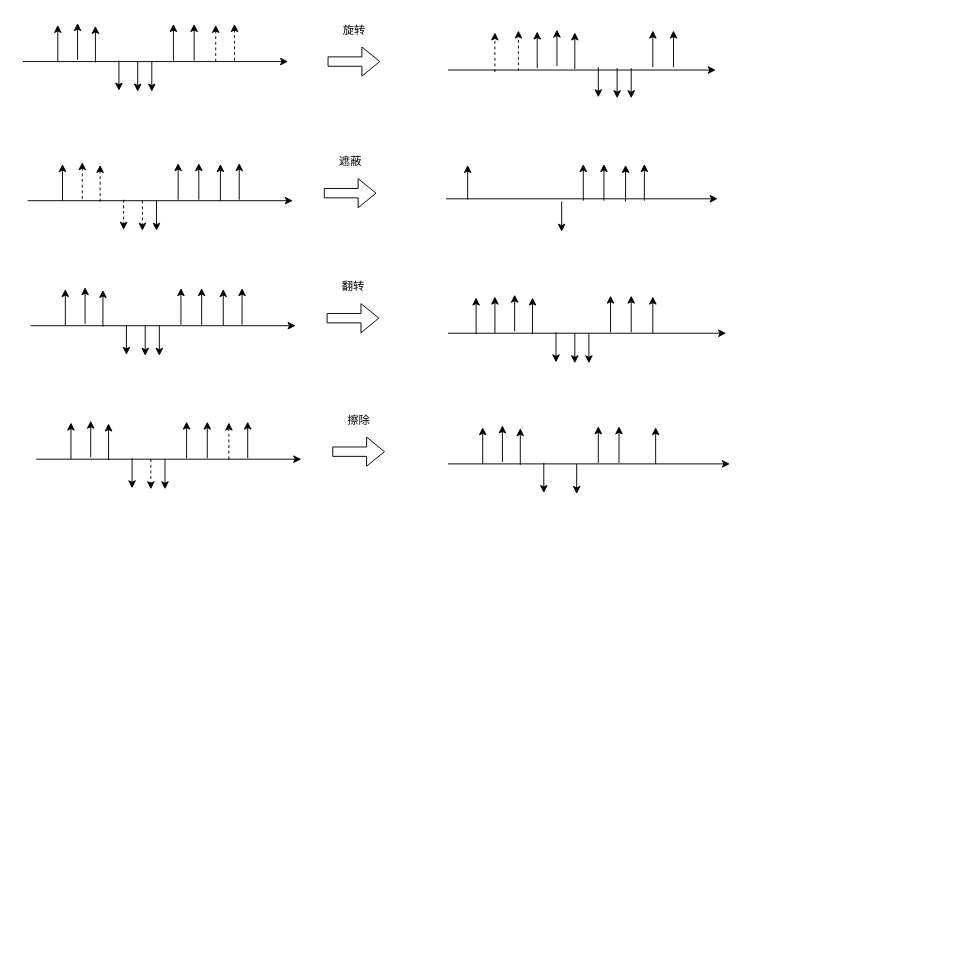
Before: 门禁/数据增强.drawio in lilang0710/ll, a draw.io diagram. Source tidied: cells renumbered, new cells numbered last; positions are measured from the earlier drawing's top-left corner, leaving out a move shared by most shapes. Both pictures are drawn from the tidied source at 94%, with x=0, y=0 at pixel (23, 18).
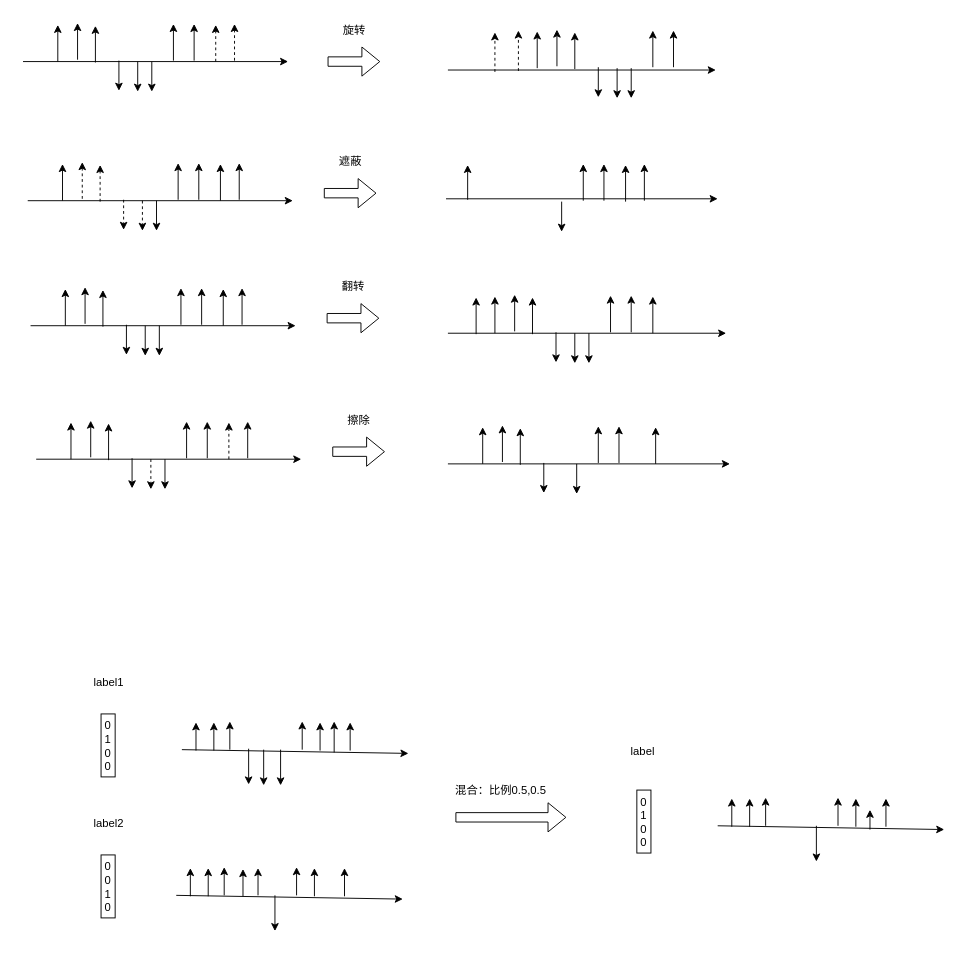
Above is the later version.

Commit message:
更新数据增强.drawio

Change to the diagram source:
```diff
@@
+    <mxCell id="92" value="&lt;div&gt;0&lt;/div&gt;&lt;div&gt;1&lt;/div&gt;&lt;div&gt;0&lt;/div&gt;&lt;div&gt;0&lt;br&gt;&lt;/div&gt;" style="rounded=0;whiteSpace=wrap;html=1;" parent="1" vertex="1">
+      <mxGeometry x="83" y="740" width="15" height="67" as="geometry" />
+    </mxCell>
+    <mxCell id="93" value="label1" style="text;html=1;align=center;verticalAlign=middle;strokeColor=none;fillColor=none;" parent="1" vertex="1">
+      <mxGeometry x="66.5" y="694" width="48" height="26" as="geometry" />
+    </mxCell>
+    <mxCell id="94" value="&lt;div&gt;0&lt;/div&gt;&lt;div&gt;0&lt;br&gt;&lt;/div&gt;&lt;div&gt;1&lt;br&gt;&lt;/div&gt;&lt;div&gt;0&lt;br&gt;&lt;/div&gt;" style="rounded=0;whiteSpace=wrap;html=1;" parent="1" vertex="1">
+      <mxGeometry x="83" y="890" width="15" height="67" as="geometry" />
+    </mxCell>
+    <mxCell id="95" value="label2" style="text;html=1;align=center;verticalAlign=middle;strokeColor=none;fillColor=none;" parent="1" vertex="1">
+      <mxGeometry x="66.5" y="844" width="48" height="26" as="geometry" />
+    </mxCell>
+    <mxCell id="96" style="endArrow=classic;html=1;rounded=0;" parent="1" edge="1">
+      <mxGeometry relative="1" as="geometry">
+        <mxPoint x="169" y="778" as="sourcePoint" />
+        <mxPoint x="410" y="782" as="targetPoint" />
+      </mxGeometry>
+    </mxCell>
+    <mxCell id="97" style="endArrow=classic;html=1;rounded=0;" parent="1" edge="1">
+      <mxGeometry relative="1" as="geometry">
+        <mxPoint x="184" y="779" as="sourcePoint" />
+        <mxPoint x="184" y="749" as="targetPoint" />
+      </mxGeometry>
+    </mxCell>
+    <mxCell id="98" style="endArrow=classic;html=1;rounded=0;" parent="1" edge="1">
+      <mxGeometry relative="1" as="geometry">
+        <mxPoint x="203" y="779" as="sourcePoint" />
+        <mxPoint x="203" y="749" as="targetPoint" />
+      </mxGeometry>
+    </mxCell>
+    <mxCell id="99" style="endArrow=classic;html=1;rounded=0;" parent="1" edge="1">
+      <mxGeometry relative="1" as="geometry">
+        <mxPoint x="220" y="778" as="sourcePoint" />
+        <mxPoint x="220" y="748" as="targetPoint" />
+      </mxGeometry>
+    </mxCell>
+    <mxCell id="100" style="endArrow=classic;html=1;rounded=0;" parent="1" edge="1">
+      <mxGeometry relative="1" as="geometry">
+        <mxPoint x="297" y="778" as="sourcePoint" />
+        <mxPoint x="297" y="748" as="targetPoint" />
+      </mxGeometry>
+    </mxCell>
+    <mxCell id="101" style="endArrow=classic;html=1;rounded=0;" parent="1" edge="1">
+      <mxGeometry relative="1" as="geometry">
+        <mxPoint x="316" y="779" as="sourcePoint" />
+        <mxPoint x="316" y="749" as="targetPoint" />
+      </mxGeometry>
+    </mxCell>
+    <mxCell id="102" style="endArrow=classic;html=1;rounded=0;" parent="1" edge="1">
+      <mxGeometry relative="1" as="geometry">
+        <mxPoint x="331" y="781" as="sourcePoint" />
+        <mxPoint x="331" y="748" as="targetPoint" />
+      </mxGeometry>
+    </mxCell>
+    <mxCell id="103" style="endArrow=classic;html=1;rounded=0;" parent="1" edge="1">
+      <mxGeometry relative="1" as="geometry">
+        <mxPoint x="348" y="779" as="sourcePoint" />
+        <mxPoint x="348" y="749" as="targetPoint" />
+      </mxGeometry>
+    </mxCell>
+    <mxCell id="104" style="endArrow=classic;html=1;rounded=0;" parent="1" edge="1">
+      <mxGeometry relative="1" as="geometry">
+        <mxPoint x="240" y="777" as="sourcePoint" />
+        <mxPoint x="240" y="815" as="targetPoint" />
+      </mxGeometry>
+    </mxCell>
+    <mxCell id="105" style="endArrow=classic;html=1;rounded=0;" parent="1" edge="1">
+      <mxGeometry relative="1" as="geometry">
+        <mxPoint x="256" y="778" as="sourcePoint" />
+        <mxPoint x="256" y="816" as="targetPoint" />
+      </mxGeometry>
+    </mxCell>
+    <mxCell id="106" style="endArrow=classic;html=1;rounded=0;" parent="1" edge="1">
+      <mxGeometry relative="1" as="geometry">
+        <mxPoint x="274" y="778" as="sourcePoint" />
+        <mxPoint x="274" y="816" as="targetPoint" />
+      </mxGeometry>
+    </mxCell>
+    <mxCell id="107" style="endArrow=classic;html=1;rounded=0;" parent="1" edge="1">
+      <mxGeometry relative="1" as="geometry">
+        <mxPoint x="163" y="933" as="sourcePoint" />
+        <mxPoint x="404" y="937" as="targetPoint" />
+      </mxGeometry>
+    </mxCell>
+    <mxCell id="108" style="endArrow=classic;html=1;rounded=0;" parent="1" edge="1">
+      <mxGeometry relative="1" as="geometry">
+        <mxPoint x="178" y="934" as="sourcePoint" />
+        <mxPoint x="178" y="904" as="targetPoint" />
+      </mxGeometry>
+    </mxCell>
+    <mxCell id="109" style="endArrow=classic;html=1;rounded=0;" parent="1" edge="1">
+      <mxGeometry relative="1" as="geometry">
+        <mxPoint x="197" y="934" as="sourcePoint" />
+        <mxPoint x="197" y="904" as="targetPoint" />
+      </mxGeometry>
+    </mxCell>
+    <mxCell id="110" style="endArrow=classic;html=1;rounded=0;" parent="1" edge="1">
+      <mxGeometry relative="1" as="geometry">
+        <mxPoint x="214" y="933" as="sourcePoint" />
+        <mxPoint x="214" y="903" as="targetPoint" />
+      </mxGeometry>
+    </mxCell>
+    <mxCell id="111" style="endArrow=classic;html=1;rounded=0;" parent="1" edge="1">
+      <mxGeometry relative="1" as="geometry">
+        <mxPoint x="291" y="933" as="sourcePoint" />
+        <mxPoint x="291" y="903" as="targetPoint" />
+      </mxGeometry>
+    </mxCell>
+    <mxCell id="112" style="endArrow=classic;html=1;rounded=0;" parent="1" edge="1">
+      <mxGeometry relative="1" as="geometry">
+        <mxPoint x="310" y="934" as="sourcePoint" />
+        <mxPoint x="310" y="904" as="targetPoint" />
+      </mxGeometry>
+    </mxCell>
+    <mxCell id="113" style="endArrow=classic;html=1;rounded=0;" parent="1" edge="1">
+      <mxGeometry relative="1" as="geometry">
+        <mxPoint x="342" y="934" as="sourcePoint" />
+        <mxPoint x="342" y="904" as="targetPoint" />
+      </mxGeometry>
+    </mxCell>
+    <mxCell id="114" style="endArrow=classic;html=1;rounded=0;" parent="1" edge="1">
+      <mxGeometry relative="1" as="geometry">
+        <mxPoint x="234" y="934" as="sourcePoint" />
+        <mxPoint x="234" y="905" as="targetPoint" />
+      </mxGeometry>
+    </mxCell>
+    <mxCell id="115" style="endArrow=classic;html=1;rounded=0;" parent="1" edge="1">
+      <mxGeometry relative="1" as="geometry">
+        <mxPoint x="250" y="933" as="sourcePoint" />
+        <mxPoint x="250" y="904" as="targetPoint" />
+      </mxGeometry>
+    </mxCell>
+    <mxCell id="116" style="endArrow=classic;html=1;rounded=0;" parent="1" edge="1">
+      <mxGeometry relative="1" as="geometry">
+        <mxPoint x="268" y="933" as="sourcePoint" />
+        <mxPoint x="268" y="971" as="targetPoint" />
+      </mxGeometry>
+    </mxCell>
+    <mxCell id="117" style="shape=flexArrow;endArrow=classic;html=1;rounded=0;" parent="1" edge="1">
+      <mxGeometry relative="1" as="geometry">
+        <mxPoint x="460" y="850" as="sourcePoint" />
+        <mxPoint x="578" y="850" as="targetPoint" />
+      </mxGeometry>
+    </mxCell>
+    <mxCell id="118" value="混合：比例0.5,0.5" style="text;html=1;align=center;verticalAlign=middle;strokeColor=none;fillColor=none;" parent="1" vertex="1">
+      <mxGeometry x="451" y="809" width="113" height="26" as="geometry" />
+    </mxCell>
+    <mxCell id="119" value="&lt;div&gt;0&lt;/div&gt;&lt;div&gt;1&lt;/div&gt;&lt;div&gt;0&lt;/div&gt;&lt;div&gt;0&lt;br&gt;&lt;/div&gt;" style="rounded=0;whiteSpace=wrap;html=1;" parent="1" vertex="1">
+      <mxGeometry x="653" y="821" width="15" height="67" as="geometry" />
+    </mxCell>
+    <mxCell id="120" style="endArrow=classic;html=1;rounded=0;" parent="1" edge="1">
+      <mxGeometry relative="1" as="geometry">
+        <mxPoint x="739" y="859" as="sourcePoint" />
+        <mxPoint x="980" y="863" as="targetPoint" />
+      </mxGeometry>
+    </mxCell>
+    <mxCell id="121" style="endArrow=classic;html=1;rounded=0;" parent="1" edge="1">
+      <mxGeometry relative="1" as="geometry">
+        <mxPoint x="754" y="860" as="sourcePoint" />
+        <mxPoint x="754" y="830" as="targetPoint" />
+      </mxGeometry>
+    </mxCell>
+    <mxCell id="122" style="endArrow=classic;html=1;rounded=0;" parent="1" edge="1">
+      <mxGeometry relative="1" as="geometry">
+        <mxPoint x="773" y="860" as="sourcePoint" />
+        <mxPoint x="773" y="830" as="targetPoint" />
+      </mxGeometry>
+    </mxCell>
+    <mxCell id="123" style="endArrow=classic;html=1;rounded=0;" parent="1" edge="1">
+      <mxGeometry relative="1" as="geometry">
+        <mxPoint x="790" y="859" as="sourcePoint" />
+        <mxPoint x="790" y="829" as="targetPoint" />
+      </mxGeometry>
+    </mxCell>
+    <mxCell id="124" style="endArrow=classic;html=1;rounded=0;" parent="1" edge="1">
+      <mxGeometry relative="1" as="geometry">
+        <mxPoint x="867" y="859" as="sourcePoint" />
+        <mxPoint x="867" y="829" as="targetPoint" />
+      </mxGeometry>
+    </mxCell>
+    <mxCell id="125" style="endArrow=classic;html=1;rounded=0;" parent="1" edge="1">
+      <mxGeometry relative="1" as="geometry">
+        <mxPoint x="886" y="860" as="sourcePoint" />
+        <mxPoint x="886" y="830" as="targetPoint" />
+      </mxGeometry>
+    </mxCell>
+    <mxCell id="126" style="endArrow=classic;html=1;rounded=0;" parent="1" edge="1">
+      <mxGeometry relative="1" as="geometry">
+        <mxPoint x="901" y="863" as="sourcePoint" />
+        <mxPoint x="901" y="842" as="targetPoint" />
+      </mxGeometry>
+    </mxCell>
+    <mxCell id="127" style="endArrow=classic;html=1;rounded=0;" parent="1" edge="1">
+      <mxGeometry relative="1" as="geometry">
+        <mxPoint x="918" y="860" as="sourcePoint" />
+        <mxPoint x="918" y="830" as="targetPoint" />
+      </mxGeometry>
+    </mxCell>
+    <mxCell id="128" style="endArrow=classic;html=1;rounded=0;" parent="1" edge="1">
+      <mxGeometry relative="1" as="geometry">
+        <mxPoint x="844" y="859" as="sourcePoint" />
+        <mxPoint x="844" y="897" as="targetPoint" />
+      </mxGeometry>
+    </mxCell>
+    <mxCell id="129" value="label" style="text;html=1;align=center;verticalAlign=middle;strokeColor=none;fillColor=none;" parent="1" vertex="1">
+      <mxGeometry x="638" y="767" width="42" height="26" as="geometry" />
+    </mxCell>
```
